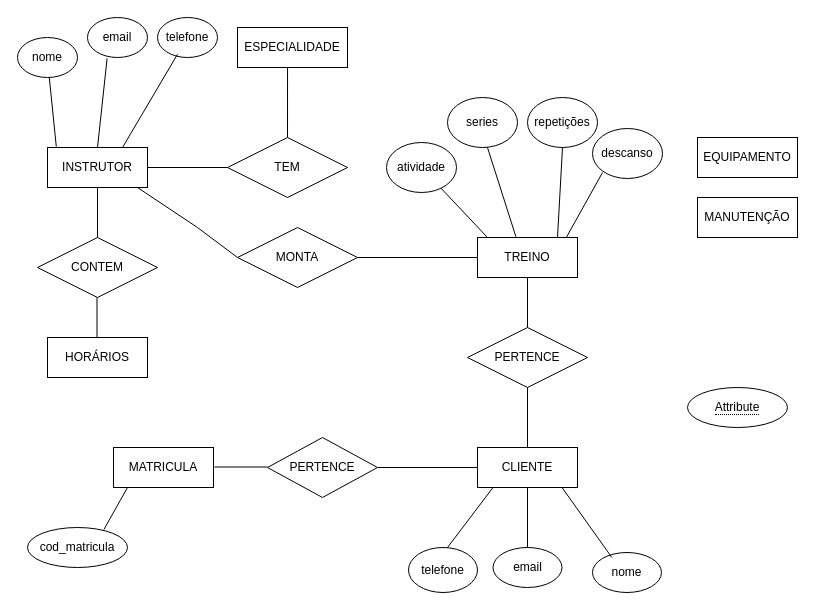
The draw.io diagram exercicio.drawio in manuely32/curso_turma12, before the edit. Source tidied: cells renumbered, new cells numbered last; positions are measured from the earlier drawing's top-left corner, leaving out a move shared by most shapes. Both pictures are drawn from the tidied source at 100%, with x=0, y=0 at pixel (17, 17).
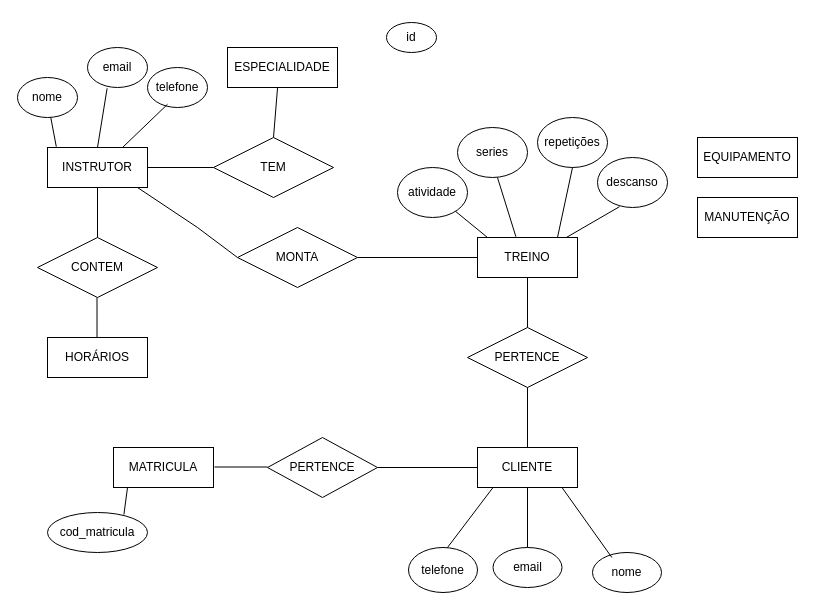
The same diagram, later.

The change refers to these unchanged cells:
```xml
<mxCell id="4" value="TREINO" style="whiteSpace=wrap;html=1;align=center;" parent="1" vertex="1">
  <mxGeometry x="460" y="220" width="100" height="40" as="geometry" />
</mxCell>
```

The edit, as a diff of the source:
```diff
@@
     <mxCell id="8" value="nome" style="ellipse;whiteSpace=wrap;html=1;align=center;" parent="1" vertex="1">
-      <mxGeometry y="20" width="60" height="40" as="geometry" />
+      <mxGeometry y="60" width="60" height="40" as="geometry" />
     </mxCell>
     <mxCell id="9" value="email" style="ellipse;whiteSpace=wrap;html=1;align=center;" parent="1" vertex="1">
-      <mxGeometry x="70" width="60" height="40" as="geometry" />
+      <mxGeometry x="70" y="30" width="60" height="40" as="geometry" />
     </mxCell>
     <mxCell id="10" value="telefone" style="ellipse;whiteSpace=wrap;html=1;align=center;" parent="1" vertex="1">
-      <mxGeometry x="140" width="60" height="40" as="geometry" />
+      <mxGeometry x="130" y="50" width="60" height="40" as="geometry" />
     </mxCell>
@@
     <mxCell id="15" value="ESPECIALIDADE" style="whiteSpace=wrap;html=1;align=center;" parent="1" vertex="1">
-      <mxGeometry x="220" y="10" width="110" height="40" as="geometry" />
+      <mxGeometry x="210" y="30" width="110" height="40" as="geometry" />
     </mxCell>
@@
     <mxCell id="17" value="TEM" style="shape=rhombus;perimeter=rhombusPerimeter;whiteSpace=wrap;html=1;align=center;" parent="1" vertex="1">
-      <mxGeometry x="210" y="120" width="120" height="60" as="geometry" />
+      <mxGeometry x="196" y="120" width="120" height="60" as="geometry" />
     </mxCell>
     <mxCell id="18" value="cod_matricula" style="ellipse;whiteSpace=wrap;html=1;align=center;" parent="1" vertex="1">
-      <mxGeometry x="10" y="510" width="100" height="40" as="geometry" />
+      <mxGeometry x="30" y="495" width="100" height="40" as="geometry" />
     </mxCell>
     <mxCell id="19" value="atividade" style="ellipse;whiteSpace=wrap;html=1;align=center;" parent="1" vertex="1">
-      <mxGeometry x="369" y="125" width="70" height="50" as="geometry" />
+      <mxGeometry x="380" y="150" width="70" height="50" as="geometry" />
     </mxCell>
-    <mxCell id="20" value="&lt;span style=&quot;border-bottom: 1px dotted&quot;&gt;Attribute&lt;/span&gt;" style="ellipse;whiteSpace=wrap;html=1;align=center;" parent="1" vertex="1">
-      <mxGeometry x="670" y="370" width="100" height="40" as="geometry" />
+    <mxCell id="20" value="id" style="ellipse;whiteSpace=wrap;html=1;align=center;" parent="1" vertex="1">
+      <mxGeometry x="369" y="5" width="50" height="30" as="geometry" />
     </mxCell>
@@
     <mxCell id="34" value="series" style="ellipse;whiteSpace=wrap;html=1;align=center;" parent="1" vertex="1">
-      <mxGeometry x="430" y="80" width="70" height="50" as="geometry" />
+      <mxGeometry x="440" y="110" width="70" height="50" as="geometry" />
     </mxCell>
     <mxCell id="35" value="repetições" style="ellipse;whiteSpace=wrap;html=1;align=center;" parent="1" vertex="1">
-      <mxGeometry x="510" y="80" width="70" height="50" as="geometry" />
+      <mxGeometry x="520" y="100" width="70" height="50" as="geometry" />
     </mxCell>
     <mxCell id="36" value="descanso" style="ellipse;whiteSpace=wrap;html=1;align=center;" parent="1" vertex="1">
-      <mxGeometry x="575" y="111" width="70" height="50" as="geometry" />
+      <mxGeometry x="580" y="140" width="70" height="50" as="geometry" />
     </mxCell>
@@
-    <mxCell id="38" style="endArrow=none;html=1;rounded=0;exitX=0.5;exitY=1;exitDx=0;exitDy=0;entryX=0.888;entryY=0;entryDx=0;entryDy=0;entryPerimeter=0;" parent="1" edge="1" target="4">
-      <mxGeometry relative="1" as="geometry">
-        <mxPoint x="585" y="155" as="sourcePoint" />
-      </mxGeometry>
+    <mxCell id="38" style="endArrow=none;html=1;rounded=0;exitX=0.314;exitY=0.984;exitDx=0;exitDy=0;entryX=0.888;entryY=0;entryDx=0;entryDy=0;entryPerimeter=0;exitPerimeter=0;" parent="1" edge="1" source="36" target="4">
+      <mxGeometry relative="1" as="geometry" />
     </mxCell>
```
